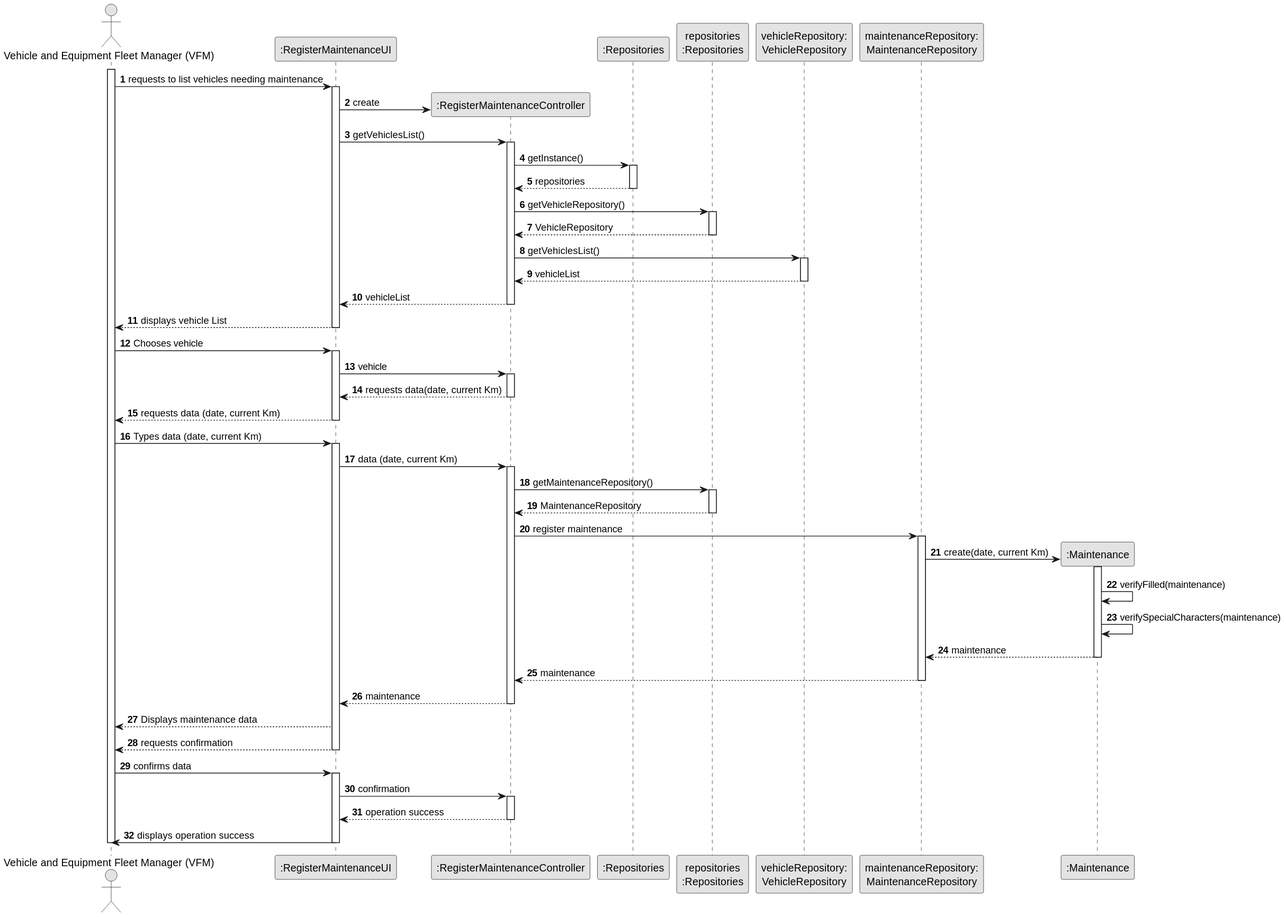
Before: docs/sprintB/us007/03.design/svg/us007-sequence-diagram-full.svg, a diagram exported from PlantUML (RicardoMorim/lapr2-ISEP-Project).
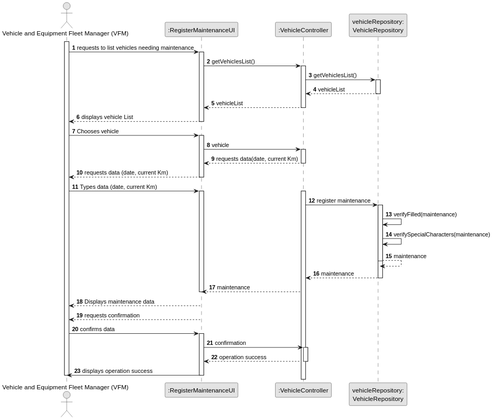
After the change.

Commit message:
updated the sequence diagram of the us007

The edit, as a diff of the source:
```diff
@@ -7,34 +7,16 @@
 
 actor "Vehicle and Equipment Fleet Manager (VFM)" as VFM
 participant ":RegisterMaintenanceUI" as UI
-participant ":RegisterMaintenanceController" as CTRL
-participant ":Repositories" as RepositorySingleton
-participant "repositories\n:Repositories" as PLAT
+participant ":VehicleController" as CTRL
 participant "vehicleRepository:\nVehicleRepository" as VehicleRepository
-participant "maintenanceRepository:\nMaintenanceRepository" as MaintenanceRepository
-participant ":Maintenance" as Maintenance
 
 activate VFM
 
     VFM -> UI : requests to list vehicles needing maintenance
     activate UI
 
-        UI -> CTRL** : create
-
         UI -> CTRL : getVehiclesList()
         activate CTRL
-
-            CTRL -> RepositorySingleton : getInstance()
-            activate RepositorySingleton
-
-                RepositorySingleton --> CTRL: repositories
-            deactivate RepositorySingleton
-
-            CTRL -> PLAT : getVehicleRepository()
-            activate PLAT
-
-                PLAT --> CTRL: VehicleRepository
-            deactivate PLAT
 
             CTRL -> VehicleRepository : getVehiclesList()
             activate VehicleRepository
@@ -63,26 +45,18 @@
             VFM -> UI : Types data (date, current Km)
             activate UI
 
-            UI -> CTRL : data (date, current Km)
             activate CTRL
 
-            CTRL -> PLAT : getMaintenanceRepository()
-            activate PLAT
+            CTRL -> VehicleRepository : register maintenance
+            activate VehicleRepository
 
-            PLAT --> CTRL : MaintenanceRepository
-            deactivate
+            activate VehicleRepository
 
-            CTRL -> MaintenanceRepository : register maintenance
-            activate MaintenanceRepository
-
-            MaintenanceRepository -> Maintenance** : create(date, current Km)
-            activate Maintenance
-
-               Maintenance -> Maintenance : verifyFilled(maintenance)
-               Maintenance -> Maintenance : verifySpecialCharacters(maintenance)
-               Maintenance --> MaintenanceRepository : maintenance
+               VehicleRepository -> VehicleRepository : verifyFilled(maintenance)
+               VehicleRepository -> VehicleRepository : verifySpecialCharacters(maintenance)
+               VehicleRepository --> VehicleRepository : maintenance
                deactivate
-               MaintenanceRepository --> CTRL : maintenance
+               VehicleRepository --> CTRL : maintenance
                deactivate
                CTRL --> UI : maintenance
                deactivate
```
